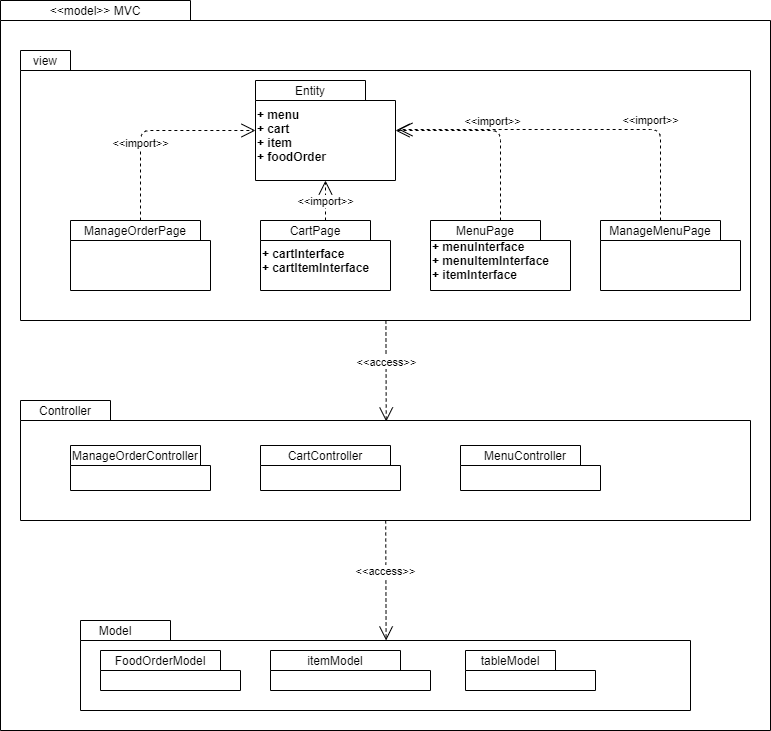
Above: Architectural Design/Implementation Diagram-package diagram.drawio.png in pipibapi1/Restaurant-POS-Sytem-2.0 (draw.io), before the change. Source tidied: cells renumbered, new cells last; positions are measured from the earlier drawing's top-left corner, leaving out a move shared by most shapes. Its diagram source:
```xml
<mxGraphModel>
  <root>
    <mxCell id="0" />
    <mxCell id="1" parent="0" />
    <mxCell id="2" style="shape=folder;fontStyle=1;spacingTop=10;tabWidth=190;tabHeight=20;tabPosition=left;html=1;" parent="1" vertex="1">
      <mxGeometry width="770" height="730" as="geometry" />
    </mxCell>
    <mxCell id="3" value="&amp;lt;&amp;lt;model&amp;gt;&amp;gt; MVC" style="text;html=1;strokeColor=none;fillColor=none;align=center;verticalAlign=middle;whiteSpace=wrap;rounded=0;" parent="1" vertex="1">
      <mxGeometry width="190" height="20" as="geometry" />
    </mxCell>
    <mxCell id="4" style="shape=folder;fontStyle=1;spacingTop=10;tabWidth=50;tabHeight=20;tabPosition=left;html=1;" parent="1" vertex="1">
      <mxGeometry x="20" y="50" width="730" height="270" as="geometry" />
    </mxCell>
    <mxCell id="5" value="view" style="text;html=1;strokeColor=none;fillColor=none;align=center;verticalAlign=middle;whiteSpace=wrap;rounded=0;" parent="1" vertex="1">
      <mxGeometry x="20" y="50" width="50" height="20" as="geometry" />
    </mxCell>
    <mxCell id="6" value="+ menuInterface&lt;br&gt;+ menuItemInterface&lt;br&gt;+ itemInterface" style="shape=folder;fontStyle=1;spacingTop=10;tabWidth=110;tabHeight=20;tabPosition=left;html=1;align=left;" parent="1" vertex="1">
      <mxGeometry x="430" y="220" width="140" height="70" as="geometry" />
    </mxCell>
    <mxCell id="7" value="MenuPage" style="text;html=1;strokeColor=none;fillColor=none;align=center;verticalAlign=middle;whiteSpace=wrap;rounded=0;" parent="1" vertex="1">
      <mxGeometry x="430" y="220" width="110" height="20" as="geometry" />
    </mxCell>
    <mxCell id="8" value="+ cartInterface&lt;br&gt;+ cartItemInterface" style="shape=folder;fontStyle=1;spacingTop=10;tabWidth=110;tabHeight=20;tabPosition=left;html=1;align=left;" parent="1" vertex="1">
      <mxGeometry x="260" y="220" width="130" height="70" as="geometry" />
    </mxCell>
    <mxCell id="9" value="CartPage" style="text;html=1;strokeColor=none;fillColor=none;align=center;verticalAlign=middle;whiteSpace=wrap;rounded=0;" parent="1" vertex="1">
      <mxGeometry x="260" y="220" width="110" height="20" as="geometry" />
    </mxCell>
    <mxCell id="10" value="+ menu&lt;br&gt;+ cart&lt;br&gt;+ item&lt;br&gt;+ foodOrder" style="shape=folder;fontStyle=1;spacingTop=10;tabWidth=110;tabHeight=20;tabPosition=left;html=1;align=left;" parent="1" vertex="1">
      <mxGeometry x="255" y="80" width="140" height="100" as="geometry" />
    </mxCell>
    <mxCell id="11" value="Entity" style="text;html=1;strokeColor=none;fillColor=none;align=center;verticalAlign=middle;whiteSpace=wrap;rounded=0;" parent="1" vertex="1">
      <mxGeometry x="255" y="80" width="110" height="20" as="geometry" />
    </mxCell>
    <mxCell id="12" value="&amp;lt;&amp;lt;import&amp;gt;&amp;gt;" style="edgeStyle=none;html=1;endArrow=open;endSize=12;dashed=1;verticalAlign=bottom;" parent="1" edge="1" source="6" target="10">
      <mxGeometry relative="1" as="geometry">
        <Array as="points">
          <mxPoint x="500" y="130" />
        </Array>
      </mxGeometry>
    </mxCell>
    <mxCell id="13" value="&amp;lt;&amp;lt;import&amp;gt;&amp;gt;" style="edgeStyle=none;html=1;endArrow=open;endSize=12;dashed=1;verticalAlign=bottom;" parent="1" edge="1" source="8" target="10">
      <mxGeometry x="-0.5" relative="1" as="geometry" />
    </mxCell>
    <mxCell id="14" style="shape=folder;fontStyle=1;spacingTop=10;tabWidth=130;tabHeight=20;tabPosition=left;html=1;" parent="1" vertex="1">
      <mxGeometry x="70" y="220" width="140" height="70" as="geometry" />
    </mxCell>
    <mxCell id="15" value="ManageOrderPage" style="text;html=1;strokeColor=none;fillColor=none;align=center;verticalAlign=middle;whiteSpace=wrap;rounded=0;" parent="1" vertex="1">
      <mxGeometry x="70" y="220" width="130" height="20" as="geometry" />
    </mxCell>
    <mxCell id="16" value="&amp;lt;&amp;lt;import&amp;gt;&amp;gt;" style="edgeStyle=none;html=1;endArrow=open;endSize=12;dashed=1;verticalAlign=bottom;" parent="1" edge="1" source="14" target="10">
      <mxGeometry x="-0.33" relative="1" as="geometry">
        <Array as="points">
          <mxPoint x="140" y="130" />
        </Array>
      </mxGeometry>
    </mxCell>
    <mxCell id="17" style="shape=folder;fontStyle=1;spacingTop=10;tabWidth=90;tabHeight=20;tabPosition=left;html=1;" parent="1" vertex="1">
      <mxGeometry x="20" y="400" width="730" height="120" as="geometry" />
    </mxCell>
    <mxCell id="18" value="Controller" style="text;html=1;strokeColor=none;fillColor=none;align=center;verticalAlign=middle;whiteSpace=wrap;rounded=0;" parent="1" vertex="1">
      <mxGeometry x="20" y="400" width="90" height="20" as="geometry" />
    </mxCell>
    <mxCell id="19" style="shape=folder;fontStyle=1;spacingTop=10;tabWidth=130;tabHeight=20;tabPosition=left;html=1;" parent="1" vertex="1">
      <mxGeometry x="70" y="445" width="140" height="45" as="geometry" />
    </mxCell>
    <mxCell id="20" style="shape=folder;fontStyle=1;spacingTop=10;tabWidth=130;tabHeight=20;tabPosition=left;html=1;" parent="1" vertex="1">
      <mxGeometry x="260" y="445" width="140" height="45" as="geometry" />
    </mxCell>
    <mxCell id="21" style="shape=folder;fontStyle=1;spacingTop=10;tabWidth=120;tabHeight=20;tabPosition=left;html=1;" parent="1" vertex="1">
      <mxGeometry x="460" y="445" width="140" height="45" as="geometry" />
    </mxCell>
    <mxCell id="22" value="ManageOrderController" style="text;html=1;strokeColor=none;fillColor=none;align=center;verticalAlign=middle;whiteSpace=wrap;rounded=0;" parent="1" vertex="1">
      <mxGeometry x="70" y="445" width="130" height="20" as="geometry" />
    </mxCell>
    <mxCell id="23" value="CartController" style="text;html=1;strokeColor=none;fillColor=none;align=center;verticalAlign=middle;whiteSpace=wrap;rounded=0;" parent="1" vertex="1">
      <mxGeometry x="260" y="445" width="130" height="20" as="geometry" />
    </mxCell>
    <mxCell id="24" value="MenuController" style="text;html=1;strokeColor=none;fillColor=none;align=center;verticalAlign=middle;whiteSpace=wrap;rounded=0;" parent="1" vertex="1">
      <mxGeometry x="460" y="445" width="130" height="20" as="geometry" />
    </mxCell>
    <mxCell id="25" value="&amp;lt;&amp;lt;access&amp;gt;&amp;gt;" style="edgeStyle=none;html=1;endArrow=open;endSize=12;dashed=1;verticalAlign=bottom;entryX=0.501;entryY=0.175;entryDx=0;entryDy=0;entryPerimeter=0;" parent="1" edge="1" source="4" target="17">
      <mxGeometry relative="1" as="geometry" />
    </mxCell>
    <mxCell id="26" style="shape=folder;fontStyle=1;spacingTop=10;tabWidth=90;tabHeight=20;tabPosition=left;html=1;" parent="1" vertex="1">
      <mxGeometry x="80" y="620" width="610" height="90" as="geometry" />
    </mxCell>
    <mxCell id="27" value="Model" style="text;html=1;strokeColor=none;fillColor=none;align=center;verticalAlign=middle;whiteSpace=wrap;rounded=0;" parent="1" vertex="1">
      <mxGeometry x="70" y="620" width="90" height="20" as="geometry" />
    </mxCell>
    <mxCell id="28" style="shape=folder;fontStyle=1;spacingTop=10;tabWidth=120;tabHeight=20;tabPosition=left;html=1;" parent="1" vertex="1">
      <mxGeometry x="100" y="650" width="140" height="40" as="geometry" />
    </mxCell>
    <mxCell id="29" value="FoodOrderModel" style="text;html=1;strokeColor=none;fillColor=none;align=center;verticalAlign=middle;whiteSpace=wrap;rounded=0;" parent="1" vertex="1">
      <mxGeometry x="100" y="650" width="120" height="20" as="geometry" />
    </mxCell>
    <mxCell id="30" style="shape=folder;fontStyle=1;spacingTop=10;tabWidth=130;tabHeight=20;tabPosition=left;html=1;" parent="1" vertex="1">
      <mxGeometry x="270" y="650" width="160" height="40" as="geometry" />
    </mxCell>
    <mxCell id="31" value="itemModel" style="text;html=1;strokeColor=none;fillColor=none;align=center;verticalAlign=middle;whiteSpace=wrap;rounded=0;" parent="1" vertex="1">
      <mxGeometry x="270" y="650" width="130" height="20" as="geometry" />
    </mxCell>
    <mxCell id="32" style="shape=folder;fontStyle=1;spacingTop=10;tabWidth=90;tabHeight=20;tabPosition=left;html=1;" parent="1" vertex="1">
      <mxGeometry x="465" y="650" width="130" height="40" as="geometry" />
    </mxCell>
    <mxCell id="33" value="tableModel" style="text;html=1;strokeColor=none;fillColor=none;align=center;verticalAlign=middle;whiteSpace=wrap;rounded=0;" parent="1" vertex="1">
      <mxGeometry x="465" y="650" width="90" height="20" as="geometry" />
    </mxCell>
    <mxCell id="34" value="&amp;lt;&amp;lt;access&amp;gt;&amp;gt;" style="edgeStyle=none;html=1;endArrow=open;endSize=12;dashed=1;verticalAlign=bottom;entryX=0.501;entryY=0.222;entryDx=0;entryDy=0;entryPerimeter=0;" parent="1" edge="1" source="17" target="26">
      <mxGeometry relative="1" as="geometry" />
    </mxCell>
    <mxCell id="35" style="shape=folder;fontStyle=1;spacingTop=10;tabWidth=120;tabHeight=20;tabPosition=left;html=1;" parent="1" vertex="1">
      <mxGeometry x="600" y="220" width="140" height="70" as="geometry" />
    </mxCell>
    <mxCell id="36" value="ManageMenuPage" style="text;html=1;strokeColor=none;fillColor=none;align=center;verticalAlign=middle;whiteSpace=wrap;rounded=0;" parent="1" vertex="1">
      <mxGeometry x="600" y="220" width="120" height="20" as="geometry" />
    </mxCell>
    <mxCell id="37" value="&amp;lt;&amp;lt;import&amp;gt;&amp;gt;" style="edgeStyle=none;html=1;endArrow=open;endSize=12;dashed=1;verticalAlign=bottom;exitX=0.5;exitY=0;exitDx=0;exitDy=0;entryX=1.021;entryY=0.49;entryDx=0;entryDy=0;entryPerimeter=0;" parent="1" edge="1" source="36" target="10">
      <mxGeometry x="-0.43" relative="1" as="geometry">
        <Array as="points">
          <mxPoint x="660" y="129" />
        </Array>
      </mxGeometry>
    </mxCell>
  </root>
</mxGraphModel>
```
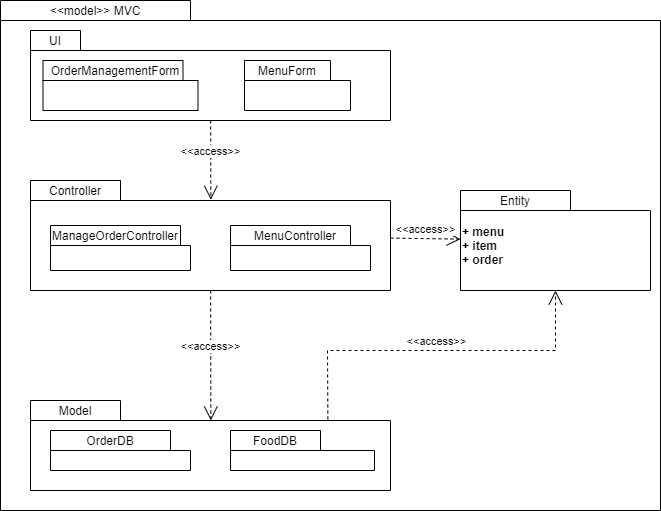
The same diagram one commit later.

The edit, as a diff of the source:
```diff
@@ -3,124 +3,87 @@
     <mxCell id="0" />
     <mxCell id="1" parent="0" />
     <mxCell id="2" style="shape=folder;fontStyle=1;spacingTop=10;tabWidth=190;tabHeight=20;tabPosition=left;html=1;" parent="1" vertex="1">
-      <mxGeometry width="770" height="730" as="geometry" />
+      <mxGeometry x="160" y="220" width="660" height="510" as="geometry" />
     </mxCell>
     <mxCell id="3" value="&amp;lt;&amp;lt;model&amp;gt;&amp;gt; MVC" style="text;html=1;strokeColor=none;fillColor=none;align=center;verticalAlign=middle;whiteSpace=wrap;rounded=0;" parent="1" vertex="1">
-      <mxGeometry width="190" height="20" as="geometry" />
+      <mxGeometry x="160" y="220" width="190" height="20" as="geometry" />
     </mxCell>
     <mxCell id="4" style="shape=folder;fontStyle=1;spacingTop=10;tabWidth=50;tabHeight=20;tabPosition=left;html=1;" parent="1" vertex="1">
-      <mxGeometry x="20" y="50" width="730" height="270" as="geometry" />
+      <mxGeometry x="190" y="250" width="360" height="90" as="geometry" />
     </mxCell>
-    <mxCell id="5" value="view" style="text;html=1;strokeColor=none;fillColor=none;align=center;verticalAlign=middle;whiteSpace=wrap;rounded=0;" parent="1" vertex="1">
-      <mxGeometry x="20" y="50" width="50" height="20" as="geometry" />
+    <mxCell id="5" value="UI" style="text;html=1;strokeColor=none;fillColor=none;align=center;verticalAlign=middle;whiteSpace=wrap;rounded=0;" parent="1" vertex="1">
+      <mxGeometry x="190" y="250" width="50" height="20" as="geometry" />
     </mxCell>
-    <mxCell id="6" value="+ menuInterface&lt;br&gt;+ menuItemInterface&lt;br&gt;+ itemInterface" style="shape=folder;fontStyle=1;spacingTop=10;tabWidth=110;tabHeight=20;tabPosition=left;html=1;align=left;" parent="1" vertex="1">
-      <mxGeometry x="430" y="220" width="140" height="70" as="geometry" />
+    <mxCell id="6" style="shape=folder;fontStyle=1;spacingTop=10;tabWidth=86;tabHeight=20;tabPosition=left;html=1;align=left;" parent="1" vertex="1">
+      <mxGeometry x="404" y="280" width="106" height="50" as="geometry" />
     </mxCell>
-    <mxCell id="7" value="MenuPage" style="text;html=1;strokeColor=none;fillColor=none;align=center;verticalAlign=middle;whiteSpace=wrap;rounded=0;" parent="1" vertex="1">
-      <mxGeometry x="430" y="220" width="110" height="20" as="geometry" />
+    <mxCell id="7" value="MenuForm" style="text;html=1;strokeColor=none;fillColor=none;align=center;verticalAlign=middle;whiteSpace=wrap;rounded=0;" parent="1" vertex="1">
+      <mxGeometry x="404" y="280" width="86" height="20" as="geometry" />
     </mxCell>
-    <mxCell id="8" value="+ cartInterface&lt;br&gt;+ cartItemInterface" style="shape=folder;fontStyle=1;spacingTop=10;tabWidth=110;tabHeight=20;tabPosition=left;html=1;align=left;" parent="1" vertex="1">
-      <mxGeometry x="260" y="220" width="130" height="70" as="geometry" />
-    </mxCell>
-    <mxCell id="9" value="CartPage" style="text;html=1;strokeColor=none;fillColor=none;align=center;verticalAlign=middle;whiteSpace=wrap;rounded=0;" parent="1" vertex="1">
-      <mxGeometry x="260" y="220" width="110" height="20" as="geometry" />
-    </mxCell>
-    <mxCell id="10" value="+ menu&lt;br&gt;+ cart&lt;br&gt;+ item&lt;br&gt;+ foodOrder" style="shape=folder;fontStyle=1;spacingTop=10;tabWidth=110;tabHeight=20;tabPosition=left;html=1;align=left;" parent="1" vertex="1">
-      <mxGeometry x="255" y="80" width="140" height="100" as="geometry" />
+    <mxCell id="10" value="+ menu&lt;br&gt;+ item&lt;br&gt;+ order" style="shape=folder;fontStyle=1;spacingTop=10;tabWidth=110;tabHeight=20;tabPosition=left;html=1;align=left;" parent="1" vertex="1">
+      <mxGeometry x="620" y="410" width="190" height="100" as="geometry" />
     </mxCell>
     <mxCell id="11" value="Entity" style="text;html=1;strokeColor=none;fillColor=none;align=center;verticalAlign=middle;whiteSpace=wrap;rounded=0;" parent="1" vertex="1">
-      <mxGeometry x="255" y="80" width="110" height="20" as="geometry" />
+      <mxGeometry x="620" y="410" width="110" height="20" as="geometry" />
     </mxCell>
-    <mxCell id="12" value="&amp;lt;&amp;lt;import&amp;gt;&amp;gt;" style="edgeStyle=none;html=1;endArrow=open;endSize=12;dashed=1;verticalAlign=bottom;" parent="1" edge="1" source="6" target="10">
-      <mxGeometry relative="1" as="geometry">
-        <Array as="points">
-          <mxPoint x="500" y="130" />
-        </Array>
-      </mxGeometry>
-    </mxCell>
-    <mxCell id="13" value="&amp;lt;&amp;lt;import&amp;gt;&amp;gt;" style="edgeStyle=none;html=1;endArrow=open;endSize=12;dashed=1;verticalAlign=bottom;" parent="1" edge="1" source="8" target="10">
-      <mxGeometry x="-0.5" relative="1" as="geometry" />
-    </mxCell>
-    <mxCell id="14" style="shape=folder;fontStyle=1;spacingTop=10;tabWidth=130;tabHeight=20;tabPosition=left;html=1;" parent="1" vertex="1">
-      <mxGeometry x="70" y="220" width="140" height="70" as="geometry" />
+    <mxCell id="14" style="shape=folder;fontStyle=1;spacingTop=10;tabWidth=140;tabHeight=20;tabPosition=left;html=1;" parent="1" vertex="1">
+      <mxGeometry x="202.5" y="280" width="155" height="50" as="geometry" />
     </mxCell>
-    <mxCell id="15" value="ManageOrderPage" style="text;html=1;strokeColor=none;fillColor=none;align=center;verticalAlign=middle;whiteSpace=wrap;rounded=0;" parent="1" vertex="1">
-      <mxGeometry x="70" y="220" width="130" height="20" as="geometry" />
+    <mxCell id="15" value="OrderManagementForm" style="text;html=1;strokeColor=none;fillColor=none;align=center;verticalAlign=middle;whiteSpace=wrap;rounded=0;" parent="1" vertex="1">
+      <mxGeometry x="205" y="280" width="140" height="20" as="geometry" />
     </mxCell>
-    <mxCell id="16" value="&amp;lt;&amp;lt;import&amp;gt;&amp;gt;" style="edgeStyle=none;html=1;endArrow=open;endSize=12;dashed=1;verticalAlign=bottom;" parent="1" edge="1" source="14" target="10">
-      <mxGeometry x="-0.33" relative="1" as="geometry">
-        <Array as="points">
-          <mxPoint x="140" y="130" />
-        </Array>
-      </mxGeometry>
-    </mxCell>
     <mxCell id="17" style="shape=folder;fontStyle=1;spacingTop=10;tabWidth=90;tabHeight=20;tabPosition=left;html=1;" parent="1" vertex="1">
-      <mxGeometry x="20" y="400" width="730" height="120" as="geometry" />
+      <mxGeometry x="190" y="400" width="360" height="110" as="geometry" />
     </mxCell>
     <mxCell id="18" value="Controller" style="text;html=1;strokeColor=none;fillColor=none;align=center;verticalAlign=middle;whiteSpace=wrap;rounded=0;" parent="1" vertex="1">
-      <mxGeometry x="20" y="400" width="90" height="20" as="geometry" />
+      <mxGeometry x="190" y="400" width="90" height="20" as="geometry" />
     </mxCell>
     <mxCell id="19" style="shape=folder;fontStyle=1;spacingTop=10;tabWidth=130;tabHeight=20;tabPosition=left;html=1;" parent="1" vertex="1">
-      <mxGeometry x="70" y="445" width="140" height="45" as="geometry" />
+      <mxGeometry x="210" y="445" width="140" height="45" as="geometry" />
     </mxCell>
-    <mxCell id="20" style="shape=folder;fontStyle=1;spacingTop=10;tabWidth=130;tabHeight=20;tabPosition=left;html=1;" parent="1" vertex="1">
-      <mxGeometry x="260" y="445" width="140" height="45" as="geometry" />
-    </mxCell>
     <mxCell id="21" style="shape=folder;fontStyle=1;spacingTop=10;tabWidth=120;tabHeight=20;tabPosition=left;html=1;" parent="1" vertex="1">
-      <mxGeometry x="460" y="445" width="140" height="45" as="geometry" />
+      <mxGeometry x="390" y="445" width="140" height="45" as="geometry" />
     </mxCell>
     <mxCell id="22" value="ManageOrderController" style="text;html=1;strokeColor=none;fillColor=none;align=center;verticalAlign=middle;whiteSpace=wrap;rounded=0;" parent="1" vertex="1">
-      <mxGeometry x="70" y="445" width="130" height="20" as="geometry" />
+      <mxGeometry x="210" y="445" width="130" height="20" as="geometry" />
     </mxCell>
-    <mxCell id="23" value="CartController" style="text;html=1;strokeColor=none;fillColor=none;align=center;verticalAlign=middle;whiteSpace=wrap;rounded=0;" parent="1" vertex="1">
-      <mxGeometry x="260" y="445" width="130" height="20" as="geometry" />
-    </mxCell>
     <mxCell id="24" value="MenuController" style="text;html=1;strokeColor=none;fillColor=none;align=center;verticalAlign=middle;whiteSpace=wrap;rounded=0;" parent="1" vertex="1">
-      <mxGeometry x="460" y="445" width="130" height="20" as="geometry" />
+      <mxGeometry x="390" y="445" width="130" height="20" as="geometry" />
     </mxCell>
     <mxCell id="25" value="&amp;lt;&amp;lt;access&amp;gt;&amp;gt;" style="edgeStyle=none;html=1;endArrow=open;endSize=12;dashed=1;verticalAlign=bottom;entryX=0.501;entryY=0.175;entryDx=0;entryDy=0;entryPerimeter=0;" parent="1" edge="1" source="4" target="17">
       <mxGeometry relative="1" as="geometry" />
     </mxCell>
     <mxCell id="26" style="shape=folder;fontStyle=1;spacingTop=10;tabWidth=90;tabHeight=20;tabPosition=left;html=1;" parent="1" vertex="1">
-      <mxGeometry x="80" y="620" width="610" height="90" as="geometry" />
+      <mxGeometry x="190" y="620" width="360" height="90" as="geometry" />
     </mxCell>
     <mxCell id="27" value="Model" style="text;html=1;strokeColor=none;fillColor=none;align=center;verticalAlign=middle;whiteSpace=wrap;rounded=0;" parent="1" vertex="1">
-      <mxGeometry x="70" y="620" width="90" height="20" as="geometry" />
+      <mxGeometry x="190" y="620" width="90" height="20" as="geometry" />
     </mxCell>
     <mxCell id="28" style="shape=folder;fontStyle=1;spacingTop=10;tabWidth=120;tabHeight=20;tabPosition=left;html=1;" parent="1" vertex="1">
-      <mxGeometry x="100" y="650" width="140" height="40" as="geometry" />
+      <mxGeometry x="210" y="650" width="140" height="40" as="geometry" />
     </mxCell>
-    <mxCell id="29" value="FoodOrderModel" style="text;html=1;strokeColor=none;fillColor=none;align=center;verticalAlign=middle;whiteSpace=wrap;rounded=0;" parent="1" vertex="1">
-      <mxGeometry x="100" y="650" width="120" height="20" as="geometry" />
+    <mxCell id="29" value="OrderDB" style="text;html=1;strokeColor=none;fillColor=none;align=center;verticalAlign=middle;whiteSpace=wrap;rounded=0;" parent="1" vertex="1">
+      <mxGeometry x="210" y="650" width="120" height="20" as="geometry" />
     </mxCell>
-    <mxCell id="30" style="shape=folder;fontStyle=1;spacingTop=10;tabWidth=130;tabHeight=20;tabPosition=left;html=1;" parent="1" vertex="1">
-      <mxGeometry x="270" y="650" width="160" height="40" as="geometry" />
-    </mxCell>
-    <mxCell id="31" value="itemModel" style="text;html=1;strokeColor=none;fillColor=none;align=center;verticalAlign=middle;whiteSpace=wrap;rounded=0;" parent="1" vertex="1">
-      <mxGeometry x="270" y="650" width="130" height="20" as="geometry" />
-    </mxCell>
     <mxCell id="32" style="shape=folder;fontStyle=1;spacingTop=10;tabWidth=90;tabHeight=20;tabPosition=left;html=1;" parent="1" vertex="1">
-      <mxGeometry x="465" y="650" width="130" height="40" as="geometry" />
+      <mxGeometry x="390" y="650" width="144" height="40" as="geometry" />
     </mxCell>
-    <mxCell id="33" value="tableModel" style="text;html=1;strokeColor=none;fillColor=none;align=center;verticalAlign=middle;whiteSpace=wrap;rounded=0;" parent="1" vertex="1">
-      <mxGeometry x="465" y="650" width="90" height="20" as="geometry" />
+    <mxCell id="33" value="FoodDB" style="text;html=1;strokeColor=none;fillColor=none;align=center;verticalAlign=middle;whiteSpace=wrap;rounded=0;" parent="1" vertex="1">
+      <mxGeometry x="390" y="650" width="90" height="20" as="geometry" />
     </mxCell>
     <mxCell id="34" value="&amp;lt;&amp;lt;access&amp;gt;&amp;gt;" style="edgeStyle=none;html=1;endArrow=open;endSize=12;dashed=1;verticalAlign=bottom;entryX=0.501;entryY=0.222;entryDx=0;entryDy=0;entryPerimeter=0;" parent="1" edge="1" source="17" target="26">
       <mxGeometry relative="1" as="geometry" />
     </mxCell>
-    <mxCell id="35" style="shape=folder;fontStyle=1;spacingTop=10;tabWidth=120;tabHeight=20;tabPosition=left;html=1;" parent="1" vertex="1">
-      <mxGeometry x="600" y="220" width="140" height="70" as="geometry" />
-    </mxCell>
-    <mxCell id="36" value="ManageMenuPage" style="text;html=1;strokeColor=none;fillColor=none;align=center;verticalAlign=middle;whiteSpace=wrap;rounded=0;" parent="1" vertex="1">
-      <mxGeometry x="600" y="220" width="120" height="20" as="geometry" />
-    </mxCell>
-    <mxCell id="37" value="&amp;lt;&amp;lt;import&amp;gt;&amp;gt;" style="edgeStyle=none;html=1;endArrow=open;endSize=12;dashed=1;verticalAlign=bottom;exitX=0.5;exitY=0;exitDx=0;exitDy=0;entryX=1.021;entryY=0.49;entryDx=0;entryDy=0;entryPerimeter=0;" parent="1" edge="1" source="36" target="10">
-      <mxGeometry x="-0.43" relative="1" as="geometry">
-        <Array as="points">
-          <mxPoint x="660" y="129" />
-        </Array>
-      </mxGeometry>
-    </mxCell>
+    <mxCell id="38" value="&amp;lt;&amp;lt;access&amp;gt;&amp;gt;" style="edgeStyle=none;html=1;endArrow=open;endSize=12;dashed=1;verticalAlign=bottom;rounded=0;" parent="1" edge="1" source="17" target="10">
+      <mxGeometry relative="1" as="geometry" />
+    </mxCell>
+    <mxCell id="39" value="&amp;lt;&amp;lt;access&amp;gt;&amp;gt;" style="edgeStyle=none;html=1;endArrow=open;endSize=12;dashed=1;verticalAlign=bottom;rounded=0;exitX=0.826;exitY=0.211;exitDx=0;exitDy=0;exitPerimeter=0;" parent="1" edge="1" source="26" target="10">
+      <mxGeometry relative="1" as="geometry">
+        <Array as="points">
+          <mxPoint x="487" y="570" />
+          <mxPoint x="715" y="570" />
+        </Array>
+      </mxGeometry>
+    </mxCell>
   </root>
 </mxGraphModel>
```
